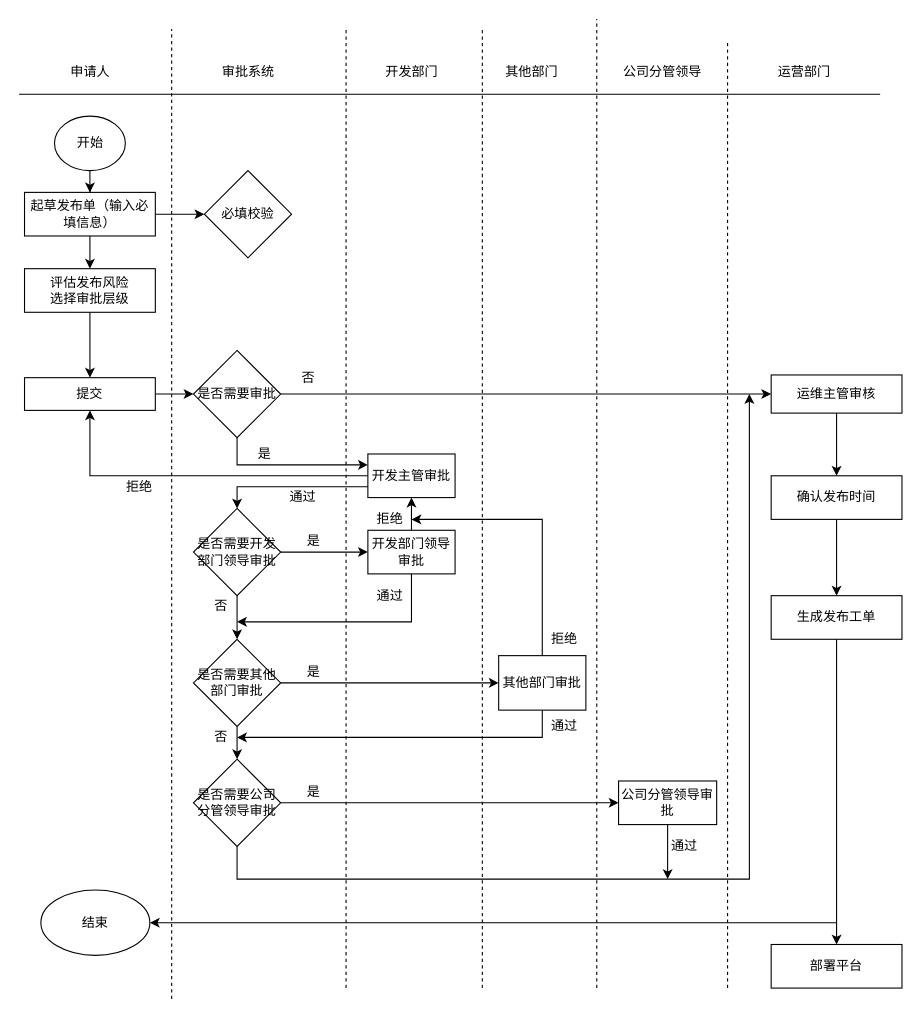
This is src/com/cupd/sharon/Untitled.drawio from sharonwq/sharon_test, a draw.io file, before an edit. Source tidied: cells renumbered, new cells numbered last; positions are measured from the earlier drawing's top-left corner, leaving out a move shared by most shapes. Both pictures are drawn from the tidied source at 109%, with x=0, y=0 at pixel (19, 19).
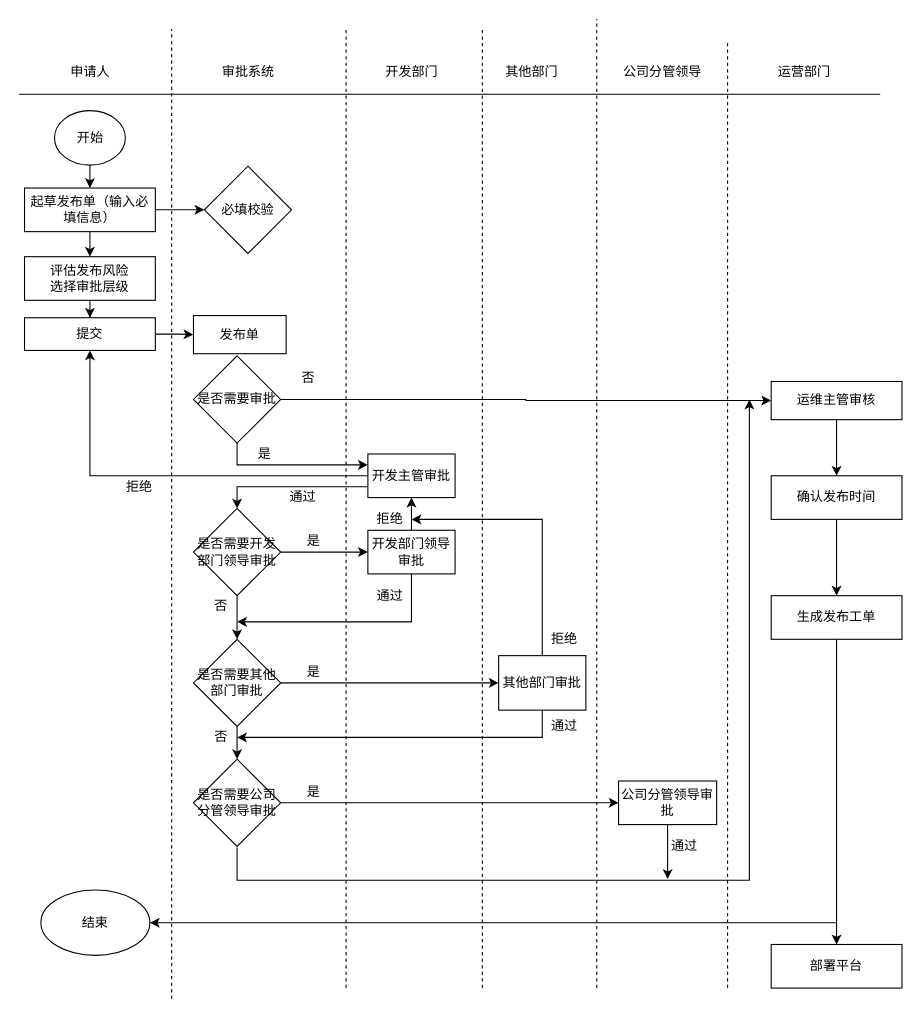
Above is the later version.

The change refers to these unchanged cells:
```xml
<mxCell id="35" value="是否需要公司分管领导审批" style="rhombus;whiteSpace=wrap;html=1;" parent="1" vertex="1">
  <mxGeometry x="160" y="679" width="80" height="80" as="geometry" />
</mxCell>
```

What changed in the source:
```diff
@@
     <mxCell id="15" value="开始" style="ellipse;whiteSpace=wrap;html=1;" parent="1" vertex="1">
-      <mxGeometry x="32.5" y="89" width="65" height="50" as="geometry" />
+      <mxGeometry x="32.5" y="84" width="65" height="50" as="geometry" />
     </mxCell>
@@
     <mxCell id="18" value="起草发布单（输入必填信息）" style="whiteSpace=wrap;html=1;" parent="1" vertex="1">
-      <mxGeometry x="5" y="159" width="120" height="40" as="geometry" />
+      <mxGeometry x="5" y="155" width="120" height="40" as="geometry" />
     </mxCell>
     <mxCell id="19" value="必填校验" style="rhombus;whiteSpace=wrap;html=1;" parent="1" vertex="1">
-      <mxGeometry x="170" y="139" width="80" height="80" as="geometry" />
+      <mxGeometry x="170" y="135" width="80" height="80" as="geometry" />
     </mxCell>
@@
     <mxCell id="21" value="&lt;div&gt;评估发布风险&lt;/div&gt;&lt;div&gt;选择审批层级&lt;/div&gt;" style="whiteSpace=wrap;html=1;" parent="1" vertex="1">
-      <mxGeometry x="5" y="229" width="120" height="40" as="geometry" />
+      <mxGeometry x="5" y="218" width="120" height="40" as="geometry" />
     </mxCell>
-    <mxCell id="22" style="edgeStyle=orthogonalEdgeStyle;rounded=0;jettySize=auto;html=1;" parent="1" edge="1" source="23" target="25">
-      <mxGeometry relative="1" as="geometry" />
-    </mxCell>
+    <mxCell id="70" style="edgeStyle=orthogonalEdgeStyle;rounded=0;jettySize=auto;html=1;" parent="1" edge="1" source="23" target="71">
+      <mxGeometry relative="1" as="geometry" />
+    </mxCell>
     <mxCell id="23" value="提交" style="whiteSpace=wrap;html=1;" parent="1" vertex="1">
-      <mxGeometry x="5" y="329" width="120" height="30" as="geometry" />
+      <mxGeometry x="5" y="274" width="120" height="30" as="geometry" />
     </mxCell>
@@
     <mxCell id="25" value="是否需要审批" style="rhombus;whiteSpace=wrap;html=1;" parent="1" vertex="1">
-      <mxGeometry x="160" y="304" width="80" height="80" as="geometry" />
+      <mxGeometry x="160" y="309" width="80" height="80" as="geometry" />
     </mxCell>
@@
     <mxCell id="27" value="运维主管审核" style="whiteSpace=wrap;html=1;" parent="1" vertex="1">
-      <mxGeometry x="690" y="326.5" width="120" height="35" as="geometry" />
+      <mxGeometry x="690" y="332.5" width="120" height="35" as="geometry" />
     </mxCell>
@@
-    <mxCell id="60" style="endArrow=classic;html=1;rounded=0;exitX=0.5;exitY=1;exitDx=0;exitDy=0;" parent="1" edge="1" source="35">
+    <mxCell id="60" style="endArrow=classic;html=1;rounded=0;exitX=0.5;exitY=1;exitDx=0;exitDy=0;" parent="1" edge="1">
       <mxGeometry relative="1" as="geometry">
-        <mxPoint x="670" y="344" as="targetPoint" />
+        <mxPoint x="200" y="760" as="sourcePoint" />
+        <mxPoint x="670" y="349" as="targetPoint" />
         <Array as="points">
-          <mxPoint x="200" y="789" />
-          <mxPoint x="670" y="789" />
+          <mxPoint x="200" y="790" />
+          <mxPoint x="670" y="790" />
         </Array>
       </mxGeometry>
     </mxCell>
@@
+    <mxCell id="71" value="发布单" style="rounded=0;whiteSpace=wrap;html=1;" parent="1" vertex="1">
+      <mxGeometry x="160" y="272" width="85" height="35" as="geometry" />
+    </mxCell>
```
